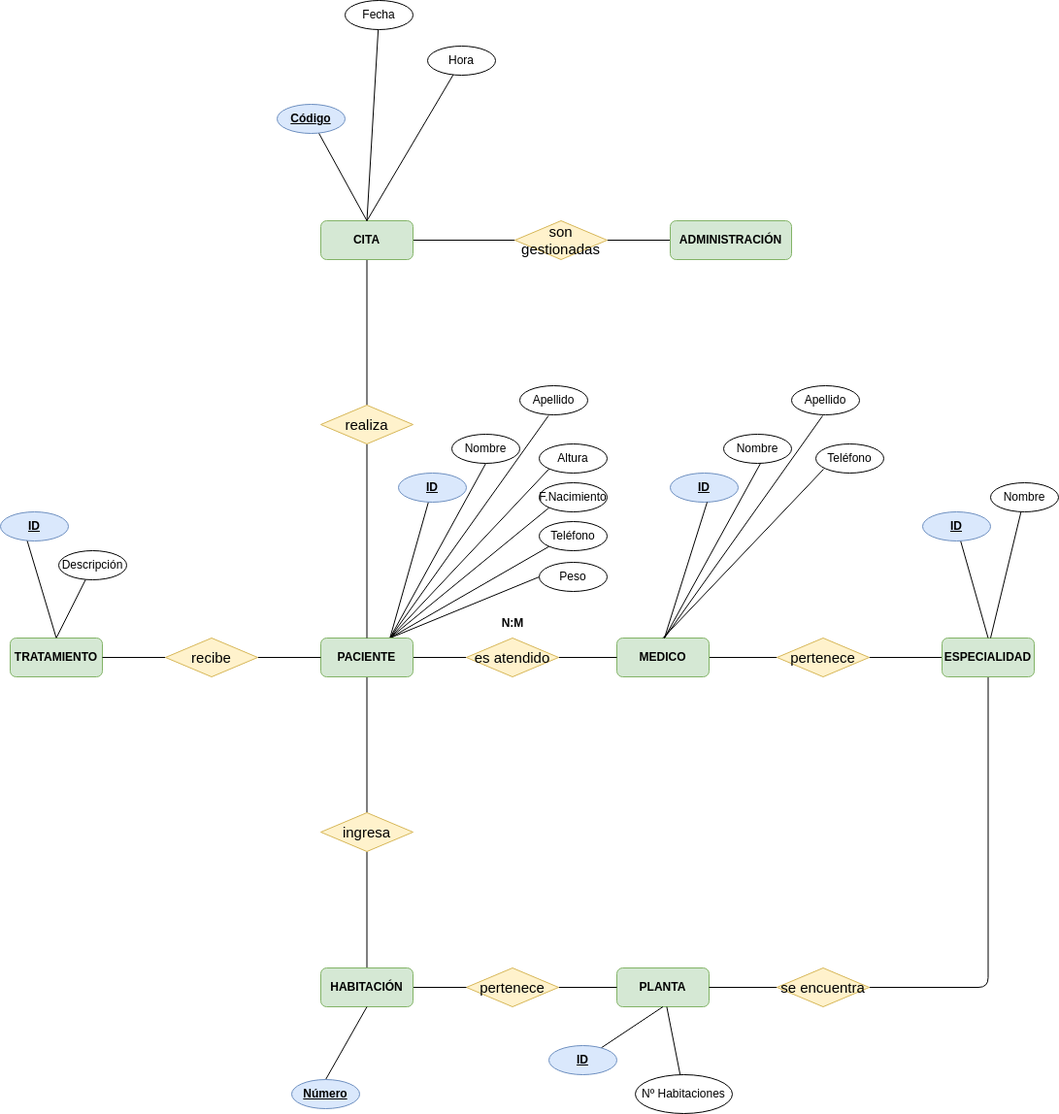
This is entidad_relacion.drawio.png from dawproyectos/proyecto_bae, a draw.io export, as it was before one commit. Source tidied: cells renumbered, new cells last; positions are measured from the earlier drawing's top-left corner, leaving out a move shared by most shapes.
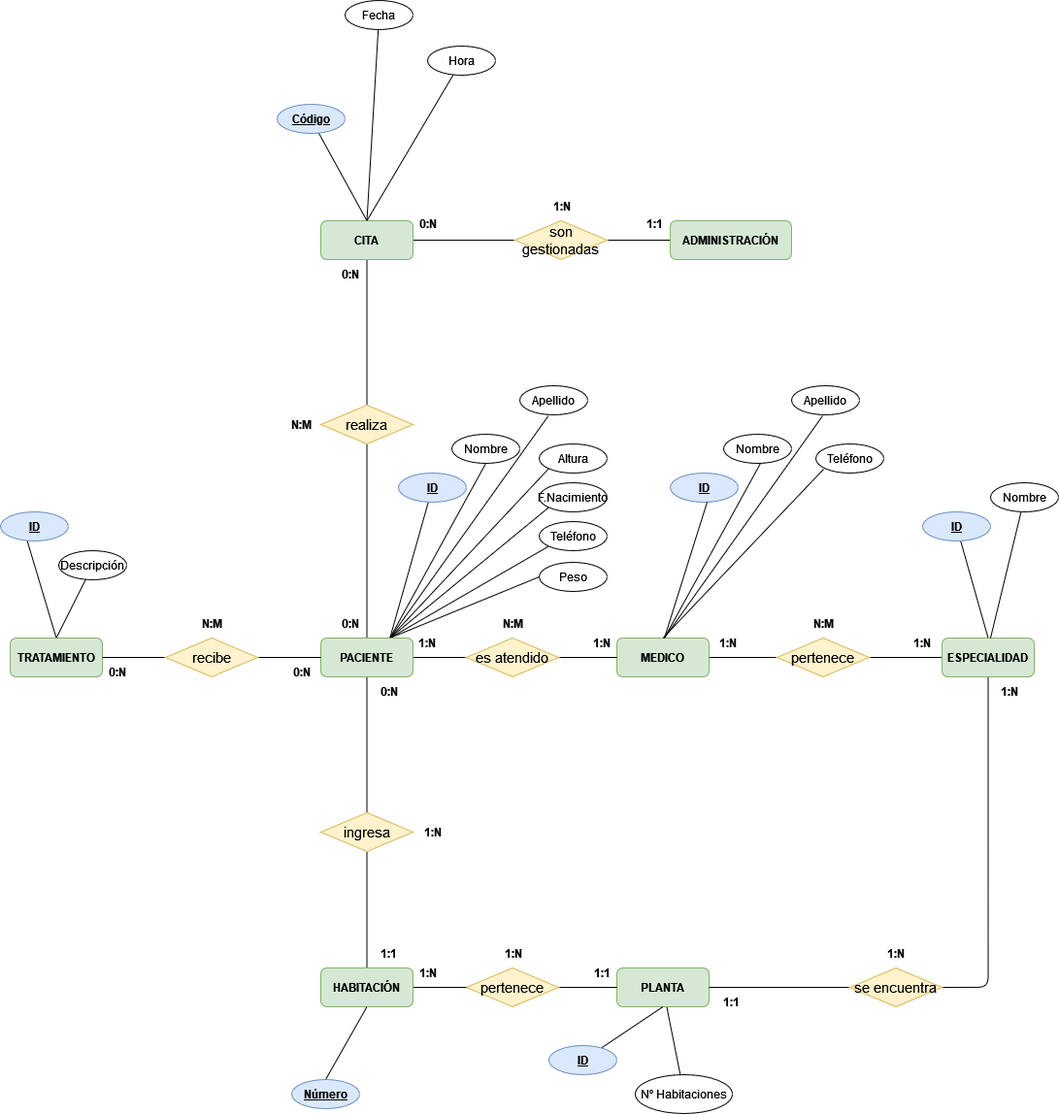
The same diagram one commit later.

Commit message:
Primera aproximación a cardinalidades

Change to the diagram source:
```diff
@@ -63,7 +63,7 @@
       <mxGeometry relative="1" as="geometry" />
     </mxCell>
     <mxCell id="22" value="se encuentra" style="shape=rhombus;perimeter=rhombusPerimeter;whiteSpace=wrap;html=1;align=center;fillColor=#fff2cc;strokeColor=#d6b656;fontSize=15;" parent="1" vertex="1">
-      <mxGeometry x="800" y="997" width="95" height="40" as="geometry" />
+      <mxGeometry x="875" y="997" width="95" height="40" as="geometry" />
     </mxCell>
     <mxCell id="23" style="rounded=0;jettySize=auto;html=1;exitX=0.5;exitY=0;exitDx=0;exitDy=0;entryX=0.386;entryY=0.933;entryDx=0;entryDy=0;entryPerimeter=0;endArrow=none;endFill=0;" parent="1" edge="1" source="24" target="74">
       <mxGeometry relative="1" as="geometry" />
@@ -122,8 +122,8 @@
     <mxCell id="41" value="HABITACIÓN" style="rounded=1;whiteSpace=wrap;html=1;fillColor=#d5e8d4;strokeColor=#82b366;fontStyle=1;align=center;" parent="1" vertex="1">
       <mxGeometry x="330" y="997" width="95" height="40" as="geometry" />
     </mxCell>
-    <mxCell id="42" value="&lt;b&gt;N:M&lt;/b&gt;" style="text;html=1;strokeColor=none;fillColor=none;align=center;verticalAlign=middle;whiteSpace=wrap;rounded=0;" parent="1" vertex="1">
-      <mxGeometry x="497.5" y="627" width="60" height="30" as="geometry" />
+    <mxCell id="42" value="&lt;b&gt;1:N&lt;/b&gt;" style="text;html=1;strokeColor=none;fillColor=none;align=center;verticalAlign=middle;whiteSpace=wrap;rounded=0;" parent="1" vertex="1">
+      <mxGeometry x="590" y="647" width="60" height="30" as="geometry" />
     </mxCell>
     <mxCell id="43" value="ID" style="ellipse;whiteSpace=wrap;html=1;fillColor=#dae8fc;strokeColor=#6c8ebf;fontStyle=5;" parent="1" vertex="1">
       <mxGeometry x="410" y="487" width="70" height="30" as="geometry" />
@@ -240,5 +240,74 @@
     <mxCell id="76" value="Código" style="ellipse;whiteSpace=wrap;html=1;fillColor=#dae8fc;strokeColor=#6c8ebf;fontStyle=5;" parent="1" vertex="1">
       <mxGeometry x="285" y="107" width="70" height="30" as="geometry" />
     </mxCell>
+    <mxCell id="77" value="0:N" style="text;html=1;align=center;verticalAlign=middle;strokeColor=none;fillColor=none;fontStyle=1;" parent="1" vertex="1">
+      <mxGeometry x="420" y="215" width="40" height="30" as="geometry" />
+    </mxCell>
+    <mxCell id="78" value="1:1" style="text;html=1;align=center;verticalAlign=middle;strokeColor=none;fillColor=none;fontStyle=1;" parent="1" vertex="1">
+      <mxGeometry x="654" y="215" width="40" height="30" as="geometry" />
+    </mxCell>
+    <mxCell id="79" value="1:N" style="text;html=1;align=center;verticalAlign=middle;strokeColor=none;fillColor=none;fontStyle=1;" parent="1" vertex="1">
+      <mxGeometry x="557.5" y="197" width="40" height="30" as="geometry" />
+    </mxCell>
+    <mxCell id="80" value="0:N" style="text;html=1;align=center;verticalAlign=middle;strokeColor=none;fillColor=none;fontStyle=1;" parent="1" vertex="1">
+      <mxGeometry x="340" y="267" width="40" height="30" as="geometry" />
+    </mxCell>
+    <mxCell id="81" value="0:N" style="text;html=1;align=center;verticalAlign=middle;strokeColor=none;fillColor=none;fontStyle=1;" parent="1" vertex="1">
+      <mxGeometry x="340" y="627" width="40" height="30" as="geometry" />
+    </mxCell>
+    <mxCell id="82" value="N:M" style="text;html=1;align=center;verticalAlign=middle;strokeColor=none;fillColor=none;fontStyle=1;" parent="1" vertex="1">
+      <mxGeometry x="290" y="422" width="40" height="30" as="geometry" />
+    </mxCell>
+    <mxCell id="83" value="0:N" style="text;html=1;align=center;verticalAlign=middle;strokeColor=none;fillColor=none;fontStyle=1;" parent="1" vertex="1">
+      <mxGeometry x="290" y="677" width="40" height="30" as="geometry" />
+    </mxCell>
+    <mxCell id="84" value="0:N" style="text;html=1;align=center;verticalAlign=middle;strokeColor=none;fillColor=none;fontStyle=1;" parent="1" vertex="1">
+      <mxGeometry x="100" y="677" width="40" height="30" as="geometry" />
+    </mxCell>
+    <mxCell id="85" value="N:M" style="text;html=1;align=center;verticalAlign=middle;strokeColor=none;fillColor=none;fontStyle=1;" parent="1" vertex="1">
+      <mxGeometry x="197.5" y="627" width="40" height="30" as="geometry" />
+    </mxCell>
+    <mxCell id="86" value="1:1" style="text;html=1;align=center;verticalAlign=middle;strokeColor=none;fillColor=none;fontStyle=1;" parent="1" vertex="1">
+      <mxGeometry x="380" y="967" width="40" height="30" as="geometry" />
+    </mxCell>
+    <mxCell id="87" value="0:N" style="text;html=1;align=center;verticalAlign=middle;strokeColor=none;fillColor=none;fontStyle=1;" parent="1" vertex="1">
+      <mxGeometry x="380" y="697" width="40" height="30" as="geometry" />
+    </mxCell>
+    <mxCell id="88" value="1:N" style="text;html=1;align=center;verticalAlign=middle;strokeColor=none;fillColor=none;fontStyle=1;" parent="1" vertex="1">
+      <mxGeometry x="425" y="842" width="40" height="30" as="geometry" />
+    </mxCell>
+    <mxCell id="89" value="&lt;b&gt;1:N&lt;/b&gt;" style="text;html=1;strokeColor=none;fillColor=none;align=center;verticalAlign=middle;whiteSpace=wrap;rounded=0;" parent="1" vertex="1">
+      <mxGeometry x="410" y="647" width="60" height="30" as="geometry" />
+    </mxCell>
+    <mxCell id="90" value="&lt;b&gt;N:M&lt;/b&gt;" style="text;html=1;strokeColor=none;fillColor=none;align=center;verticalAlign=middle;whiteSpace=wrap;rounded=0;" parent="1" vertex="1">
+      <mxGeometry x="497.5" y="627" width="60" height="30" as="geometry" />
+    </mxCell>
+    <mxCell id="91" value="&lt;b&gt;1:N&lt;/b&gt;" style="text;html=1;strokeColor=none;fillColor=none;align=center;verticalAlign=middle;whiteSpace=wrap;rounded=0;" parent="1" vertex="1">
+      <mxGeometry x="920" y="647" width="60" height="30" as="geometry" />
+    </mxCell>
+    <mxCell id="92" value="&lt;b&gt;1:N&lt;/b&gt;" style="text;html=1;strokeColor=none;fillColor=none;align=center;verticalAlign=middle;whiteSpace=wrap;rounded=0;" parent="1" vertex="1">
+      <mxGeometry x="720" y="647" width="60" height="30" as="geometry" />
+    </mxCell>
+    <mxCell id="93" value="&lt;b&gt;N:M&lt;/b&gt;" style="text;html=1;strokeColor=none;fillColor=none;align=center;verticalAlign=middle;whiteSpace=wrap;rounded=0;" parent="1" vertex="1">
+      <mxGeometry x="817.5" y="627" width="60" height="30" as="geometry" />
+    </mxCell>
+    <mxCell id="94" value="&lt;b&gt;1:1&lt;/b&gt;" style="text;html=1;strokeColor=none;fillColor=none;align=center;verticalAlign=middle;whiteSpace=wrap;rounded=0;" parent="1" vertex="1">
+      <mxGeometry x="722.5" y="1017" width="60" height="30" as="geometry" />
+    </mxCell>
+    <mxCell id="95" value="&lt;b&gt;1:N&lt;/b&gt;" style="text;html=1;strokeColor=none;fillColor=none;align=center;verticalAlign=middle;whiteSpace=wrap;rounded=0;" parent="1" vertex="1">
+      <mxGeometry x="1010" y="697" width="60" height="30" as="geometry" />
+    </mxCell>
+    <mxCell id="96" value="&lt;b&gt;1:N&lt;/b&gt;" style="text;html=1;strokeColor=none;fillColor=none;align=center;verticalAlign=middle;whiteSpace=wrap;rounded=0;" parent="1" vertex="1">
+      <mxGeometry x="892.5" y="967" width="60" height="30" as="geometry" />
+    </mxCell>
+    <mxCell id="97" value="1:1" style="text;html=1;align=center;verticalAlign=middle;strokeColor=none;fillColor=none;fontStyle=1;" parent="1" vertex="1">
+      <mxGeometry x="600" y="987" width="40" height="30" as="geometry" />
+    </mxCell>
+    <mxCell id="98" value="1:N" style="text;html=1;align=center;verticalAlign=middle;strokeColor=none;fillColor=none;fontStyle=1;" parent="1" vertex="1">
+      <mxGeometry x="420" y="987" width="40" height="30" as="geometry" />
+    </mxCell>
+    <mxCell id="99" value="1:N" style="text;html=1;align=center;verticalAlign=middle;strokeColor=none;fillColor=none;fontStyle=1;" parent="1" vertex="1">
+      <mxGeometry x="507.5" y="967" width="40" height="30" as="geometry" />
+    </mxCell>
   </root>
 </mxGraphModel>
```
